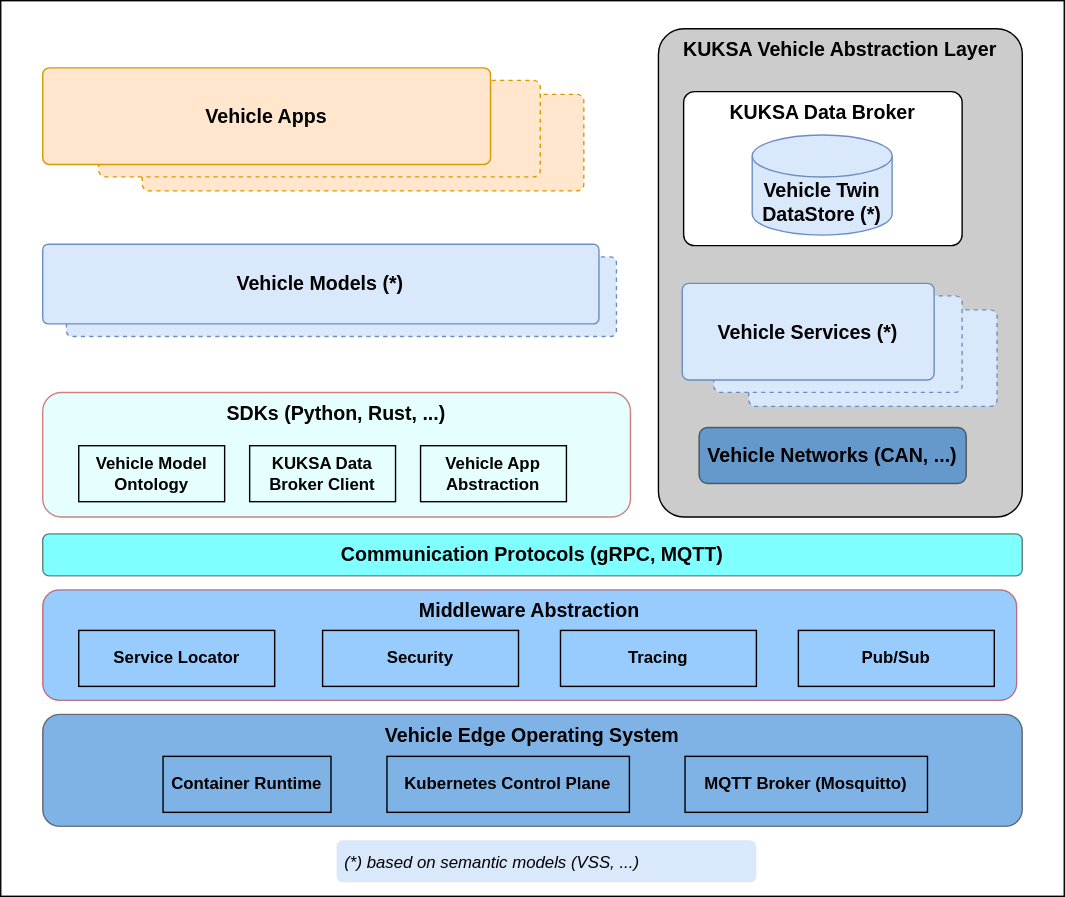
The draw.io diagram static/assets/programming_model.drawio.svg in eclipse-velocitas/velocitas-docs, before a commit. Source tidied: cells renumbered, new cells last; positions are measured from the earlier drawing's top-left corner, leaving out a move shared by most shapes. Its diagram source:
```xml
<mxGraphModel>
  <root>
    <mxCell id="0" />
    <mxCell id="1" parent="0" />
    <mxCell id="2" style="rounded=0;whiteSpace=wrap;html=1;fontColor=#333333;strokeColor=default;fillColor=none;verticalAlign=top;labelPosition=center;verticalLabelPosition=middle;align=left;fontStyle=1;fontSize=16;" parent="1" vertex="1">
      <mxGeometry width="760" height="640" as="geometry" />
    </mxCell>
    <mxCell id="3" value="KUKSA Vehicle Abstraction Layer" style="rounded=1;whiteSpace=wrap;html=1;arcSize=7;verticalAlign=top;fillColor=#CCCCCC;fontStyle=1;fontSize=14;" parent="1" vertex="1">
      <mxGeometry x="470" y="20" width="260" height="349" as="geometry" />
    </mxCell>
    <mxCell id="4" value="Communication Protocols (gRPC, MQTT)" style="whiteSpace=wrap;html=1;fillColor=#00FFFF;strokeColor=#000000;fontColor=#000000;opacity=50;verticalAlign=top;rounded=1;fontStyle=1;fontSize=14;" parent="1" vertex="1">
      <mxGeometry x="30" y="381" width="700" height="30" as="geometry" />
    </mxCell>
    <mxCell id="5" value="SDKs (Python, Rust, ...)" style="whiteSpace=wrap;html=1;fillColor=#CCFFFF;strokeColor=#B20000;fontColor=#000000;opacity=50;verticalAlign=top;rounded=1;fontStyle=1;fontSize=14;" parent="1" vertex="1">
      <mxGeometry x="30" y="280" width="420" height="89" as="geometry" />
    </mxCell>
    <mxCell id="6" value="KUKSA Data Broker" style="rounded=1;whiteSpace=wrap;html=1;arcSize=7;verticalAlign=top;fontStyle=1;fontSize=14;" parent="1" vertex="1">
      <mxGeometry x="488" y="65" width="199" height="110" as="geometry" />
    </mxCell>
    <mxCell id="7" value="Vehicle Twin&lt;br style=&quot;font-size: 14px&quot;&gt;DataStore (*)" style="shape=cylinder3;whiteSpace=wrap;html=1;boundedLbl=1;backgroundOutline=1;size=15;fillColor=#dae8fc;strokeColor=#6c8ebf;fontStyle=1;fontSize=14;" parent="1" vertex="1">
      <mxGeometry x="537" y="96" width="100" height="71.5" as="geometry" />
    </mxCell>
    <mxCell id="8" style="group;fillColor=none;strokeColor=none;verticalAlign=middle;fontStyle=1;fontSize=14;" parent="1" vertex="1">
      <mxGeometry x="487" y="202" width="225" height="87.9" as="geometry" />
    </mxCell>
    <mxCell id="9" value="Vehicle Service" style="rounded=1;whiteSpace=wrap;html=1;arcSize=7;verticalAlign=top;dashed=1;fillColor=#dae8fc;strokeColor=#6c8ebf;fontStyle=1;fontSize=14;" parent="8" vertex="1">
      <mxGeometry x="47.5" y="18.9" width="177.5" height="69" as="geometry" />
    </mxCell>
    <mxCell id="10" value="Vehicle Service" style="rounded=1;whiteSpace=wrap;html=1;arcSize=7;verticalAlign=top;dashed=1;fillColor=#dae8fc;strokeColor=#6c8ebf;fontStyle=1;fontSize=14;" parent="8" vertex="1">
      <mxGeometry x="22.5" y="8.9" width="177.5" height="69" as="geometry" />
    </mxCell>
    <mxCell id="11" value="Vehicle Services (*)" style="rounded=1;whiteSpace=wrap;html=1;arcSize=7;verticalAlign=middle;fillColor=#dae8fc;strokeColor=#6c8ebf;fontStyle=1;fontSize=14;" parent="8" vertex="1">
      <mxGeometry width="180" height="69" as="geometry" />
    </mxCell>
    <mxCell id="12" style="group;fillColor=none;strokeColor=none;fontStyle=1;fontSize=14;" parent="1" vertex="1">
      <mxGeometry x="30" y="48" width="400" height="87.9" as="geometry" />
    </mxCell>
    <mxCell id="13" value="Vehicle Service" style="rounded=1;whiteSpace=wrap;html=1;arcSize=7;verticalAlign=top;dashed=1;fillColor=#ffe6cc;strokeColor=#d79b00;fontStyle=1;fontSize=14;" parent="12" vertex="1">
      <mxGeometry x="71.1" y="18.9" width="315.6" height="69" as="geometry" />
    </mxCell>
    <mxCell id="14" value="Vehicle Service" style="rounded=1;whiteSpace=wrap;html=1;arcSize=7;verticalAlign=top;dashed=1;fillColor=#ffe6cc;strokeColor=#d79b00;fontStyle=1;fontSize=14;" parent="12" vertex="1">
      <mxGeometry x="40" y="8.9" width="315.6" height="69" as="geometry" />
    </mxCell>
    <mxCell id="15" value="Vehicle Apps" style="rounded=1;whiteSpace=wrap;html=1;arcSize=7;verticalAlign=middle;fillColor=#ffe6cc;strokeColor=#d79b00;fontStyle=1;fontSize=14;" parent="12" vertex="1">
      <mxGeometry width="320" height="69" as="geometry" />
    </mxCell>
    <mxCell id="16" value="Middleware Abstraction" style="whiteSpace=wrap;html=1;fillColor=#3399FF;strokeColor=#B20000;fontColor=#000000;opacity=50;verticalAlign=top;rounded=1;fontStyle=1;fontSize=14;" parent="1" vertex="1">
      <mxGeometry x="30" y="421" width="696" height="79" as="geometry" />
    </mxCell>
    <mxCell id="17" value="Vehicle Edge Operating System" style="whiteSpace=wrap;html=1;fillColor=#0066CC;strokeColor=#000000;fontColor=#000000;opacity=50;verticalAlign=top;rounded=1;fontStyle=1;fontSize=14;" parent="1" vertex="1">
      <mxGeometry x="30" y="510" width="700" height="80" as="geometry" />
    </mxCell>
    <mxCell id="18" value="Service Locator" style="rounded=0;whiteSpace=wrap;html=1;fontSize=12;fontColor=#000000;strokeColor=default;fillColor=none;fontStyle=1;" parent="1" vertex="1">
      <mxGeometry x="55.8" y="450" width="140" height="40" as="geometry" />
    </mxCell>
    <mxCell id="19" value="Security" style="rounded=0;whiteSpace=wrap;html=1;fontSize=12;fontColor=#000000;strokeColor=default;fillColor=none;fontStyle=1;" parent="1" vertex="1">
      <mxGeometry x="230" y="450" width="140" height="40" as="geometry" />
    </mxCell>
    <mxCell id="20" value="Tracing" style="rounded=0;whiteSpace=wrap;html=1;fontSize=12;fontColor=#000000;strokeColor=default;fillColor=none;fontStyle=1;" parent="1" vertex="1">
      <mxGeometry x="400" y="450" width="140" height="40" as="geometry" />
    </mxCell>
    <mxCell id="21" value="Pub/Sub" style="rounded=0;whiteSpace=wrap;html=1;fontSize=12;fontColor=#000000;strokeColor=default;fillColor=none;fontStyle=1;" parent="1" vertex="1">
      <mxGeometry x="570" y="450" width="140" height="40" as="geometry" />
    </mxCell>
    <mxCell id="22" value="Container Runtime" style="rounded=0;whiteSpace=wrap;html=1;fontSize=12;fontColor=#000000;strokeColor=default;fillColor=none;fontStyle=1;" parent="1" vertex="1">
      <mxGeometry x="116" y="540" width="120" height="40" as="geometry" />
    </mxCell>
    <mxCell id="23" value="Kubernetes Control Plane" style="rounded=0;whiteSpace=wrap;html=1;fontSize=12;fontColor=#000000;strokeColor=default;fillColor=none;fontStyle=1;" parent="1" vertex="1">
      <mxGeometry x="276" y="540" width="173.2" height="40" as="geometry" />
    </mxCell>
    <mxCell id="24" value="MQTT Broker (Mosquitto)" style="rounded=0;whiteSpace=wrap;html=1;fontSize=12;fontColor=#000000;strokeColor=default;fillColor=none;fontStyle=1;" parent="1" vertex="1">
      <mxGeometry x="489" y="540" width="173.2" height="40" as="geometry" />
    </mxCell>
    <mxCell id="25" style="group;fontColor=#000000;" parent="1" vertex="1">
      <mxGeometry x="30" y="174" width="410" height="66" as="geometry" />
    </mxCell>
    <mxCell id="26" value="Vehicle Models" style="rounded=1;whiteSpace=wrap;html=1;arcSize=7;labelPosition=center;verticalLabelPosition=middle;align=center;verticalAlign=top;fillColor=#dae8fc;strokeColor=#6c8ebf;dashed=1;fontStyle=1;fontSize=14;" parent="25" vertex="1">
      <mxGeometry x="16.9" y="9.1" width="393.1" height="56.9" as="geometry" />
    </mxCell>
    <mxCell id="27" value="Vehicle Models (*)" style="rounded=1;whiteSpace=wrap;html=1;arcSize=7;labelPosition=center;verticalLabelPosition=middle;align=center;verticalAlign=middle;fillColor=#dae8fc;strokeColor=#6c8ebf;fontStyle=1;fontSize=14;" parent="25" vertex="1">
      <mxGeometry width="397.5" height="56.9" as="geometry" />
    </mxCell>
    <mxCell id="28" value="Vehicle Model Ontology" style="rounded=0;whiteSpace=wrap;html=1;fontSize=12;fontColor=#000000;strokeColor=default;fillColor=none;fontStyle=1;" parent="1" vertex="1">
      <mxGeometry x="55.8" y="318" width="104.2" height="40" as="geometry" />
    </mxCell>
    <mxCell id="29" value="KUKSA Data Broker Client" style="rounded=0;whiteSpace=wrap;html=1;fontSize=12;fontColor=#000000;strokeColor=default;fillColor=none;fontStyle=1;" parent="1" vertex="1">
      <mxGeometry x="177.9" y="318" width="104.2" height="40" as="geometry" />
    </mxCell>
    <mxCell id="30" value="Vehicle App Abstraction" style="rounded=0;whiteSpace=wrap;html=1;fontSize=12;fontColor=#000000;strokeColor=default;fillColor=none;fontStyle=1;" parent="1" vertex="1">
      <mxGeometry x="300" y="318" width="104.2" height="40" as="geometry" />
    </mxCell>
    <mxCell id="31" value="(*) based on semantic models (VSS, ...)" style="text;strokeColor=none;fillColor=#dae8fc;align=left;verticalAlign=middle;spacingLeft=4;spacingRight=4;overflow=hidden;rounded=1;fontSize=12;fontStyle=2;" parent="1" vertex="1">
      <mxGeometry x="240" y="600" width="300" height="30" as="geometry" />
    </mxCell>
    <mxCell id="32" value="Vehicle Networks (CAN, ...)" style="rounded=1;whiteSpace=wrap;html=1;fontSize=14;fontColor=#000000;strokeColor=#000000;fillColor=#0066CC;fontStyle=1;verticalAlign=middle;opacity=50;" parent="1" vertex="1">
      <mxGeometry x="499" y="305" width="191" height="40" as="geometry" />
    </mxCell>
  </root>
</mxGraphModel>
```
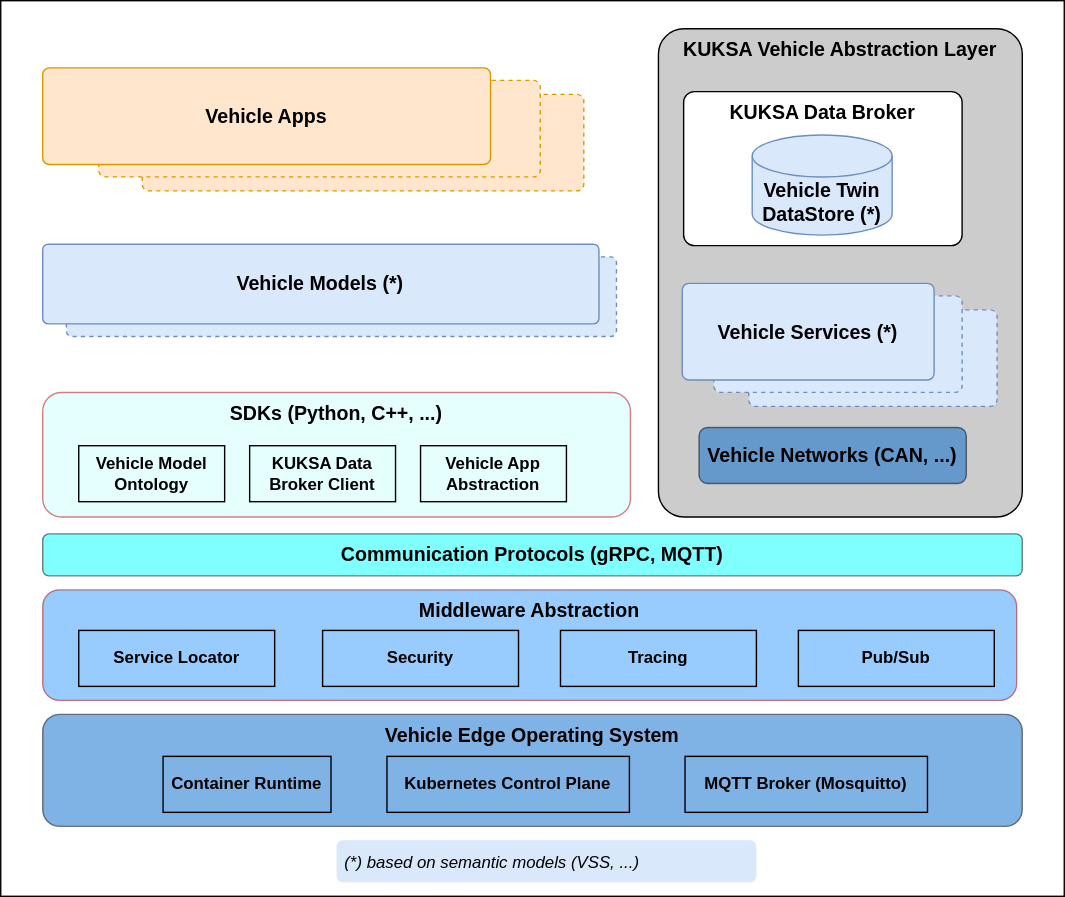
Above is the later version.

Diff of the diagram source:
```diff
@@ -11,7 +11,7 @@
     <mxCell id="4" value="Communication Protocols (gRPC, MQTT)" style="whiteSpace=wrap;html=1;fillColor=#00FFFF;strokeColor=#000000;fontColor=#000000;opacity=50;verticalAlign=top;rounded=1;fontStyle=1;fontSize=14;" parent="1" vertex="1">
       <mxGeometry x="30" y="381" width="700" height="30" as="geometry" />
     </mxCell>
-    <mxCell id="5" value="SDKs (Python, Rust, ...)" style="whiteSpace=wrap;html=1;fillColor=#CCFFFF;strokeColor=#B20000;fontColor=#000000;opacity=50;verticalAlign=top;rounded=1;fontStyle=1;fontSize=14;" parent="1" vertex="1">
+    <mxCell id="5" value="SDKs (Python, C++, ...)" style="whiteSpace=wrap;html=1;fillColor=#CCFFFF;strokeColor=#B20000;fontColor=#000000;opacity=50;verticalAlign=top;rounded=1;fontStyle=1;fontSize=14;" parent="1" vertex="1">
       <mxGeometry x="30" y="280" width="420" height="89" as="geometry" />
     </mxCell>
     <mxCell id="6" value="KUKSA Data Broker" style="rounded=1;whiteSpace=wrap;html=1;arcSize=7;verticalAlign=top;fontStyle=1;fontSize=14;" parent="1" vertex="1">
```
